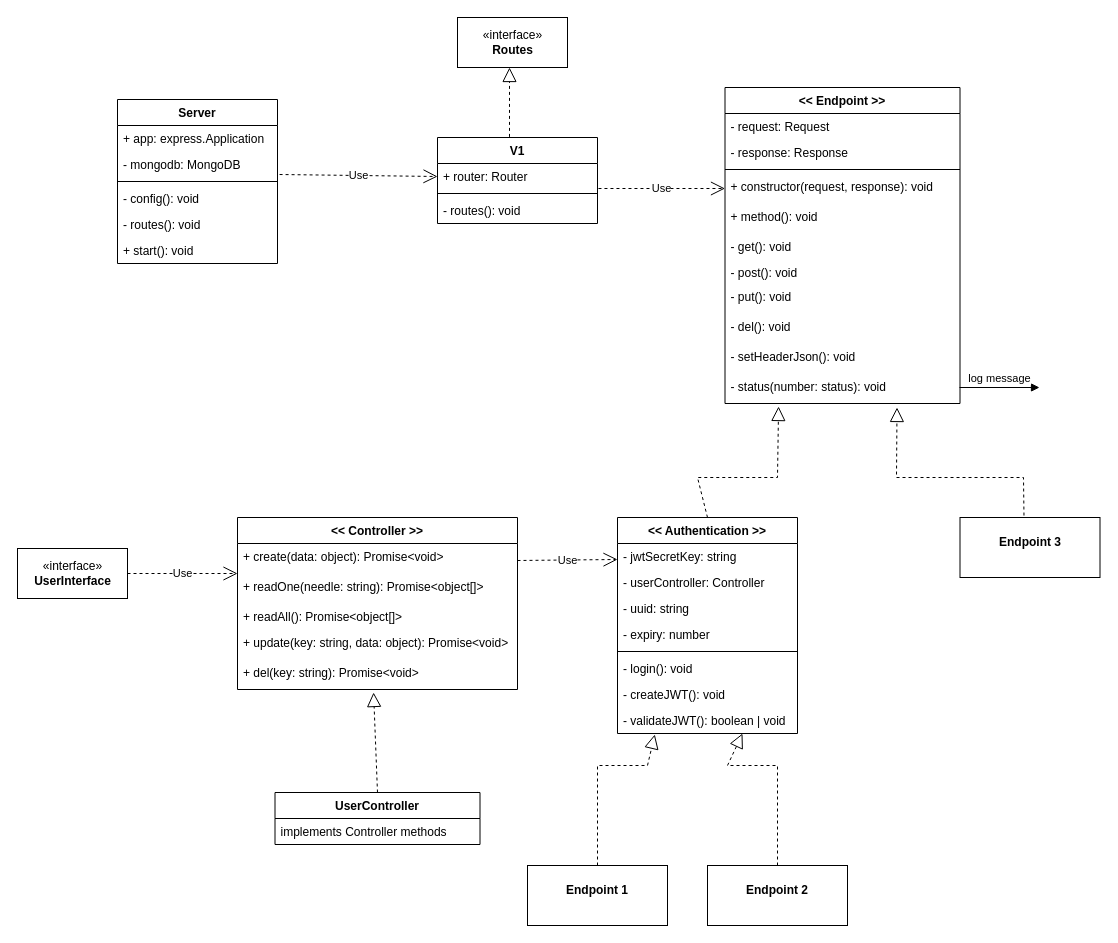
syr0s/tubester-restful-api keeps this draw.io diagram as docs/endpoints.drawio. Above is the earlier version. Source tidied: cells renumbered, new cells numbered last; positions are measured from the earlier drawing's top-left corner, leaving out a move shared by most shapes. Both pictures are drawn from the tidied source at 100%, with x=0, y=0 at pixel (17, 17).
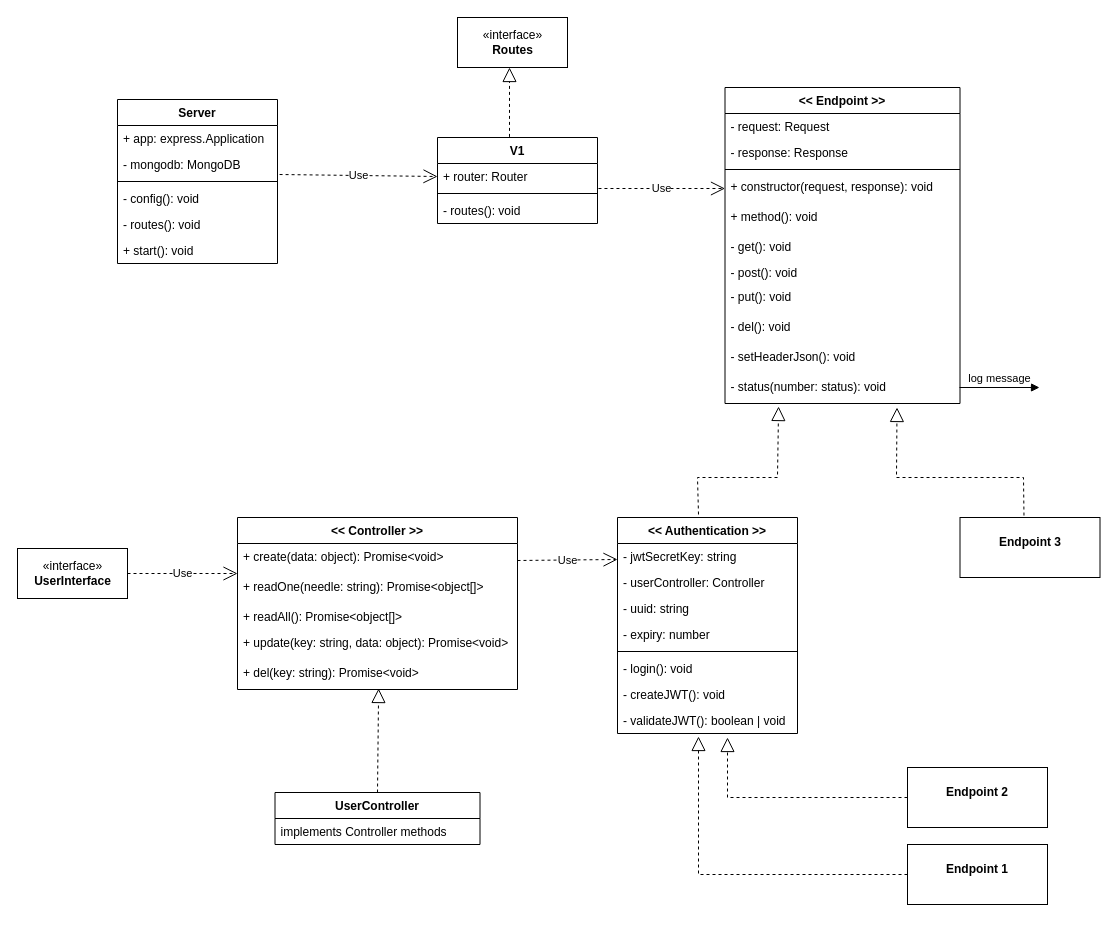
After the change.

The change refers to these unchanged cells:
```xml
<mxCell id="13" value="- status(number: status): void" style="text;strokeColor=none;fillColor=none;align=left;verticalAlign=top;spacingLeft=4;spacingRight=4;overflow=hidden;points=[[0,0.5],[1,0.5]];portConstraint=eastwest;" parent="2" vertex="1">
  <mxGeometry y="286" width="235" height="30" as="geometry" />
</mxCell>
<mxCell id="19" value="&lt;&lt; Authentication &gt;&gt;" style="swimlane;fontStyle=1;align=center;verticalAlign=top;horizontal=1;startSize=26;" parent="1" vertex="1">
  <mxGeometry x="600" y="500" width="180" height="216" as="geometry" />
</mxCell>
<mxCell id="27" value="- validateJWT(): boolean | void" style="text;strokeColor=none;fillColor=none;align=left;verticalAlign=top;spacingLeft=4;spacingRight=4;overflow=hidden;points=[[0,0.5],[1,0.5]];portConstraint=eastwest;" parent="19" vertex="1">
  <mxGeometry y="190" width="180" height="26" as="geometry" />
</mxCell>
<mxCell id="31" value="UserController" style="swimlane;fontStyle=1;align=center;verticalAlign=top;horizontal=1;startSize=26;" parent="1" vertex="1">
  <mxGeometry x="257.5" y="775" width="205" height="52" as="geometry" />
</mxCell>
<mxCell id="38" value="+ del(key: string): Promise&lt;void&gt;" style="text;strokeColor=none;fillColor=none;align=left;verticalAlign=top;spacingLeft=4;spacingRight=4;overflow=hidden;points=[[0,0.5],[1,0.5]];portConstraint=eastwest;" parent="33" vertex="1">
  <mxGeometry y="142" width="280" height="30" as="geometry" />
</mxCell>
```

What changed in the source:
```diff
@@
     <mxCell id="15" value="&lt;p style=&quot;margin: 0px ; margin-top: 4px ; text-align: center&quot;&gt;&lt;br&gt;&lt;b&gt;Endpoint 1&lt;/b&gt;&lt;/p&gt;" style="verticalAlign=top;align=left;overflow=fill;fontSize=12;fontFamily=Helvetica;html=1;" parent="1" vertex="1">
-      <mxGeometry x="510" y="848" width="140" height="60" as="geometry" />
+      <mxGeometry x="890" y="827" width="140" height="60" as="geometry" />
     </mxCell>
     <mxCell id="16" value="&lt;p style=&quot;margin: 0px ; margin-top: 4px ; text-align: center&quot;&gt;&lt;br&gt;&lt;b&gt;Endpoint 2&lt;/b&gt;&lt;/p&gt;" style="verticalAlign=top;align=left;overflow=fill;fontSize=12;fontFamily=Helvetica;html=1;" parent="1" vertex="1">
-      <mxGeometry x="690" y="848" width="140" height="60" as="geometry" />
+      <mxGeometry x="890" y="750" width="140" height="60" as="geometry" />
     </mxCell>
@@
-    <mxCell id="28" style="endArrow=block;dashed=1;endFill=0;endSize=12;html=1;rounded=0;exitX=0.5;exitY=0;exitDx=0;exitDy=0;entryX=0.228;entryY=1.1;entryDx=0;entryDy=0;entryPerimeter=0;" parent="1" edge="1" source="19" target="13">
+    <mxCell id="28" style="endArrow=block;dashed=1;endFill=0;endSize=12;html=1;rounded=0;exitX=0.45;exitY=-0.014;exitDx=0;exitDy=0;entryX=0.228;entryY=1.1;entryDx=0;entryDy=0;entryPerimeter=0;exitPerimeter=0;" parent="1" edge="1" source="19" target="13">
       <mxGeometry relative="1" as="geometry">
         <Array as="points">
           <mxPoint x="680" y="460" />
           <mxPoint x="760" y="460" />
         </Array>
       </mxGeometry>
     </mxCell>
-    <mxCell id="29" style="endArrow=block;dashed=1;endFill=0;endSize=12;html=1;rounded=0;exitX=0.5;exitY=0;exitDx=0;exitDy=0;entryX=0.263;entryY=1.115;entryDx=0;entryDy=0;entryPerimeter=0;" parent="1" edge="1" source="15">
+    <mxCell id="29" style="endArrow=block;dashed=1;endFill=0;endSize=12;html=1;rounded=0;exitX=0;exitY=0.5;exitDx=0;exitDy=0;entryX=0.45;entryY=1.115;entryDx=0;entryDy=0;entryPerimeter=0;" parent="1" edge="1" source="15" target="27">
       <mxGeometry relative="1" as="geometry">
-        <mxPoint x="637.3" y="717" as="targetPoint" />
         <Array as="points">
-          <mxPoint x="580" y="748" />
-          <mxPoint x="630" y="748" />
+          <mxPoint x="681" y="857" />
         </Array>
       </mxGeometry>
     </mxCell>
-    <mxCell id="30" style="endArrow=block;dashed=1;endFill=0;endSize=12;html=1;rounded=0;exitX=0.5;exitY=0;exitDx=0;exitDy=0;entryX=0.75;entryY=1.077;entryDx=0;entryDy=0;entryPerimeter=0;" parent="1" edge="1" source="16">
+    <mxCell id="30" style="endArrow=block;dashed=1;endFill=0;endSize=12;html=1;rounded=0;exitX=0;exitY=0.5;exitDx=0;exitDy=0;" parent="1" edge="1" source="16">
       <mxGeometry relative="1" as="geometry">
-        <mxPoint x="725" y="716" as="targetPoint" />
+        <mxPoint x="710" y="720" as="targetPoint" />
         <Array as="points">
-          <mxPoint x="760" y="748" />
-          <mxPoint x="710" y="748" />
+          <mxPoint x="760" y="780" />
+          <mxPoint x="710" y="780" />
         </Array>
       </mxGeometry>
     </mxCell>
@@
-    <mxCell id="39" style="endArrow=block;dashed=1;endFill=0;endSize=12;html=1;rounded=0;exitX=0.5;exitY=0;exitDx=0;exitDy=0;entryX=0.486;entryY=1.1;entryDx=0;entryDy=0;entryPerimeter=0;" parent="1" edge="1" source="31" target="38">
+    <mxCell id="39" style="endArrow=block;dashed=1;endFill=0;endSize=12;html=1;rounded=0;exitX=0.5;exitY=0;exitDx=0;exitDy=0;entryX=0.504;entryY=0.967;entryDx=0;entryDy=0;entryPerimeter=0;" parent="1" edge="1" source="31" target="38">
       <mxGeometry relative="1" as="geometry" />
     </mxCell>
```
